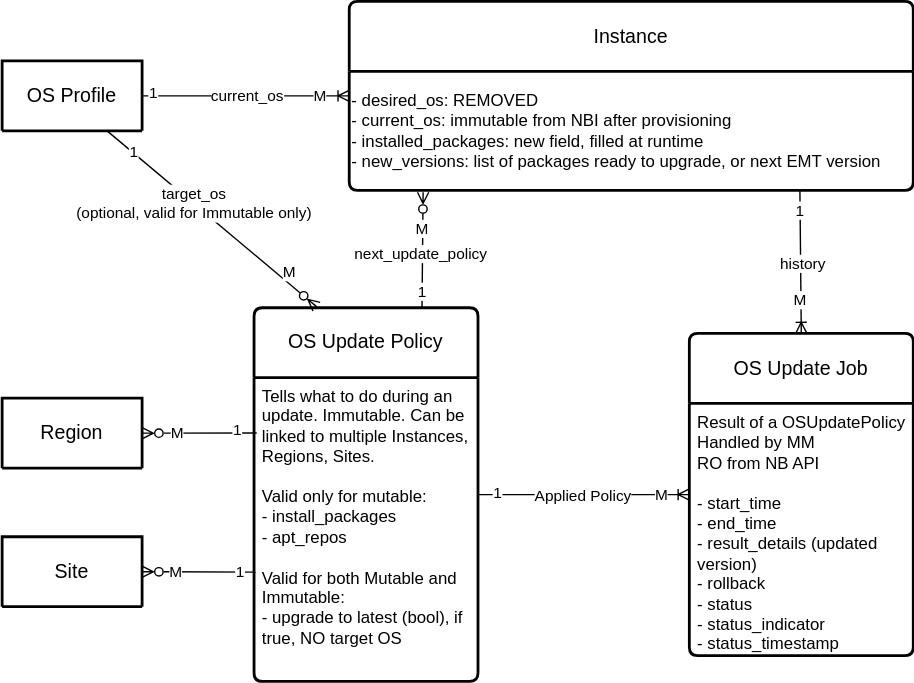
This is design-proposals/schema_day2_changes.drawio.svg from open-edge-platform/edge-manageability-framework, a draw.io export, as it was before one commit. Source tidied: cells renumbered, new cells last; positions are measured from the earlier drawing's top-left corner, leaving out a move shared by most shapes.
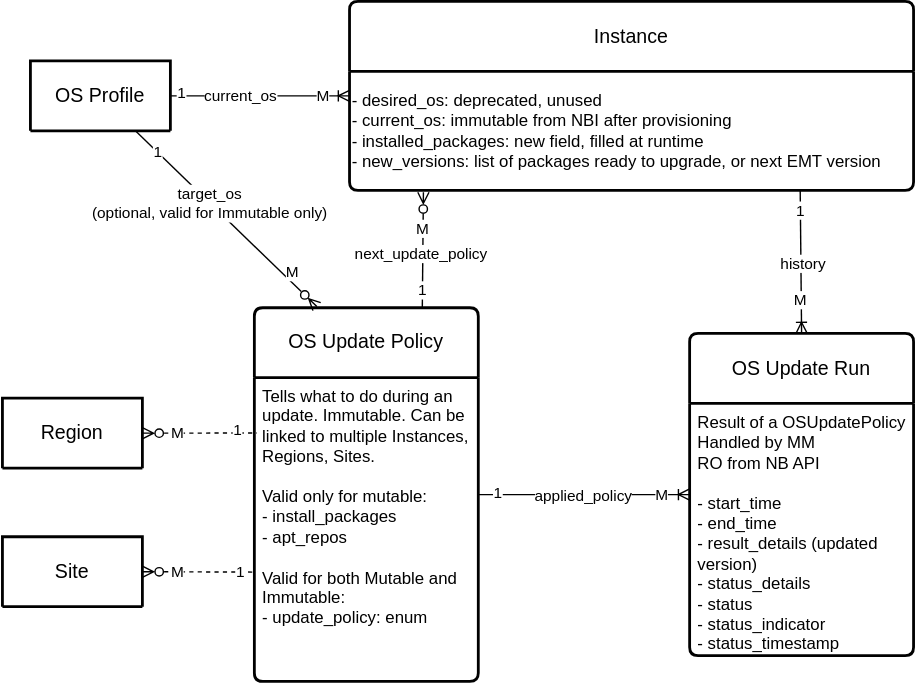
Later version of the same file.

Commit message:
Reorganize, refactor post discussion

What changed in the source:
```diff
@@ -3,12 +3,12 @@
     <mxCell id="0" />
     <mxCell id="1" parent="0" />
     <mxCell id="2" value="OS Profile" style="swimlane;horizontal=1;startSize=50;rounded=1;fontSize=14;fontStyle=0;strokeWidth=2;shadow=0;dashed=0;align=center;arcSize=4;whiteSpace=wrap;html=1;" parent="1" vertex="1" collapsed="1">
-      <mxGeometry y="42" width="100" height="50" as="geometry" />
+      <mxGeometry x="20" y="42" width="100" height="50" as="geometry" />
     </mxCell>
     <mxCell id="3" value="Instance" style="swimlane;horizontal=1;startSize=50;rounded=1;fontSize=14;fontStyle=0;strokeWidth=2;shadow=0;dashed=0;align=center;arcSize=4;whiteSpace=wrap;html=1;" parent="1" vertex="1">
       <mxGeometry x="248" y="-0.5" width="403" height="135" as="geometry" />
     </mxCell>
-    <mxCell id="4" value="- desired_os: REMOVED&lt;br&gt;- current_os: immutable from NBI after provisioning&lt;div&gt;- installed_packages: new field, filled at runtime&lt;br&gt;- new_versions: list of packages ready&lt;span style=&quot;background-color: transparent; color: light-dark(rgb(0, 0, 0), rgb(255, 255, 255));&quot;&gt;&amp;nbsp;to upgrade, or next EMT version&lt;/span&gt;&lt;/div&gt;" style="text;html=1;align=left;verticalAlign=middle;points=[];strokeColor=none;fillColor=none;" parent="3" vertex="1">
+    <mxCell id="4" value="- desired_os: deprecated, unused&lt;br&gt;- current_os: immutable from NBI after provisioning&lt;div&gt;- installed_packages: new field, filled at runtime&lt;br&gt;- new_versions: list of packages ready&lt;span style=&quot;background-color: transparent; color: light-dark(rgb(0, 0, 0), rgb(255, 255, 255));&quot;&gt;&amp;nbsp;to upgrade, or next EMT version&lt;/span&gt;&lt;/div&gt;" style="text;html=1;align=left;verticalAlign=middle;points=[];strokeColor=none;fillColor=none;" parent="3" vertex="1">
       <mxGeometry y="50" width="403" height="85" as="geometry" />
     </mxCell>
     <mxCell id="5" style="edgeStyle=entityRelationEdgeStyle;fontSize=12;html=1;endArrow=ERoneToMany;rounded=0;exitX=1;exitY=0.5;exitDx=0;exitDy=0;entryX=0;entryY=0.5;entryDx=0;entryDy=0;" parent="1" edge="1" source="2" target="3">
@@ -16,7 +16,7 @@
     </mxCell>
     <mxCell id="6" value="current_os" style="edgeLabel;html=1;align=center;verticalAlign=middle;" parent="5" vertex="1">
       <mxGeometry x="-0.21" relative="1" as="geometry">
-        <mxPoint x="16" as="offset" />
+        <mxPoint x="-1" as="offset" />
       </mxGeometry>
     </mxCell>
     <mxCell id="7" value="1" style="edgeLabel;html=1;align=center;verticalAlign=middle;" parent="5" vertex="1">
@@ -30,19 +30,19 @@
     <mxCell id="9" value="OS Update Policy" style="swimlane;horizontal=1;startSize=50;rounded=1;fontSize=14;fontStyle=0;strokeWidth=2;shadow=0;dashed=0;align=center;arcSize=4;whiteSpace=wrap;html=1;" parent="1" vertex="1">
       <mxGeometry x="180" y="218.4" width="160" height="267" as="geometry" />
     </mxCell>
-    <mxCell id="10" value="Tells what to do during an update. Immutable. Can be linked to multiple Instances, Regions, Sites.&lt;div&gt;&lt;br&gt;&lt;/div&gt;&lt;div&gt;Valid only for mutable:&lt;/div&gt;&lt;div&gt;- install_packages&lt;/div&gt;&lt;div&gt;- apt_repos&lt;br&gt;&lt;br&gt;&lt;/div&gt;&lt;div&gt;Valid for both Mutable and Immutable:&lt;/div&gt;&lt;div&gt;- upgrade to latest (bool), if true, NO target OS&lt;/div&gt;" style="align=left;strokeColor=none;fillColor=none;spacingLeft=4;spacingRight=4;fontSize=12;verticalAlign=top;html=1;whiteSpace=wrap;" parent="9" vertex="1">
+    <mxCell id="10" value="Tells what to do during an update. Immutable. Can be linked to multiple Instances, Regions, Sites.&lt;div&gt;&lt;br&gt;&lt;/div&gt;&lt;div&gt;Valid only for mutable:&lt;/div&gt;&lt;div&gt;- install_packages&lt;/div&gt;&lt;div&gt;- apt_repos&lt;br&gt;&lt;br&gt;&lt;/div&gt;&lt;div&gt;Valid for both Mutable and Immutable:&lt;/div&gt;&lt;div&gt;- update_policy: enum&lt;/div&gt;" style="align=left;strokeColor=none;fillColor=none;spacingLeft=4;spacingRight=4;fontSize=12;verticalAlign=top;html=1;whiteSpace=wrap;" parent="9" vertex="1">
       <mxGeometry y="50" width="160" height="217" as="geometry" />
     </mxCell>
-    <mxCell id="11" value="OS Update Job" style="swimlane;horizontal=1;startSize=50;rounded=1;fontSize=14;fontStyle=0;strokeWidth=2;shadow=0;dashed=0;align=center;arcSize=4;whiteSpace=wrap;html=1;" parent="1" vertex="1">
+    <mxCell id="11" value="OS Update Run" style="swimlane;horizontal=1;startSize=50;rounded=1;fontSize=14;fontStyle=0;strokeWidth=2;shadow=0;dashed=0;align=center;arcSize=4;whiteSpace=wrap;html=1;" parent="1" vertex="1">
       <mxGeometry x="491" y="236.8" width="160" height="230.2" as="geometry" />
     </mxCell>
-    <mxCell id="12" value="Result of a OSUpdatePolicy&lt;br&gt;&lt;span style=&quot;background-color: transparent; color: light-dark(rgb(0, 0, 0), rgb(255, 255, 255));&quot;&gt;Handled by MM&lt;br&gt;RO from NB API&lt;/span&gt;&lt;div&gt;&lt;br&gt;&lt;/div&gt;&lt;div&gt;- start_time&lt;/div&gt;&lt;div&gt;- end_time&lt;/div&gt;&lt;div&gt;- result_d&lt;span style=&quot;background-color: transparent; color: light-dark(rgb(0, 0, 0), rgb(255, 255, 255));&quot;&gt;etails (updated version)&lt;/span&gt;&lt;/div&gt;&lt;div&gt;&lt;span style=&quot;background-color: transparent; color: light-dark(rgb(0, 0, 0), rgb(255, 255, 255));&quot;&gt;- rollback&lt;/span&gt;&lt;/div&gt;&lt;div&gt;- status&lt;/div&gt;&lt;div&gt;- status_indicator&lt;/div&gt;&lt;div&gt;- status_timestamp&lt;/div&gt;" style="align=left;strokeColor=none;fillColor=none;spacingLeft=4;spacingRight=4;fontSize=12;verticalAlign=top;html=1;whiteSpace=wrap;" parent="11" vertex="1">
+    <mxCell id="12" value="Result of a OSUpdatePolicy&lt;br&gt;&lt;span style=&quot;background-color: transparent; color: light-dark(rgb(0, 0, 0), rgb(255, 255, 255));&quot;&gt;Handled by MM&lt;br&gt;RO from NB API&lt;/span&gt;&lt;div&gt;&lt;br&gt;&lt;/div&gt;&lt;div&gt;- start_time&lt;/div&gt;&lt;div&gt;- end_time&lt;/div&gt;&lt;div&gt;- result_d&lt;span style=&quot;background-color: transparent; color: light-dark(rgb(0, 0, 0), rgb(255, 255, 255));&quot;&gt;etails (updated version)&lt;/span&gt;&lt;/div&gt;&lt;div&gt;&lt;span style=&quot;background-color: transparent; color: light-dark(rgb(0, 0, 0), rgb(255, 255, 255));&quot;&gt;- status_details&lt;/span&gt;&lt;/div&gt;&lt;div&gt;- status&lt;/div&gt;&lt;div&gt;- status_indicator&lt;/div&gt;&lt;div&gt;- status_timestamp&lt;/div&gt;" style="align=left;strokeColor=none;fillColor=none;spacingLeft=4;spacingRight=4;fontSize=12;verticalAlign=top;html=1;whiteSpace=wrap;" parent="11" vertex="1">
       <mxGeometry y="50" width="160" height="180.2" as="geometry" />
     </mxCell>
     <mxCell id="13" style="edgeStyle=entityRelationEdgeStyle;fontSize=12;html=1;endArrow=ERoneToMany;rounded=0;" parent="1" edge="1" source="9" target="11">
       <mxGeometry relative="1" as="geometry" />
     </mxCell>
-    <mxCell id="14" value="Applied Policy" style="edgeLabel;html=1;align=center;verticalAlign=middle;" parent="13" vertex="1">
+    <mxCell id="14" value="applied_policy" style="edgeLabel;html=1;align=center;verticalAlign=middle;" parent="13" vertex="1">
       <mxGeometry x="-0.07" y="-1" relative="1" as="geometry">
         <mxPoint x="4" as="offset" />
       </mxGeometry>
@@ -107,13 +107,13 @@
     <mxCell id="28" value="target_os&lt;br&gt;(optional, valid for Immutable only)" style="edgeLabel;html=1;align=center;verticalAlign=middle;" parent="25" vertex="1">
       <mxGeometry x="0.18" relative="1" as="geometry" />
     </mxCell>
-    <mxCell id="29" value="Region" style="swimlane;horizontal=1;startSize=50;rounded=1;fontSize=14;fontStyle=0;strokeWidth=2;shadow=0;dashed=0;align=center;arcSize=4;whiteSpace=wrap;html=1;" parent="1" vertex="1" collapsed="1">
+    <mxCell id="29" value="Region" style="swimlane;horizontal=1;startSize=50;rounded=1;fontSize=14;fontStyle=0;strokeWidth=2;shadow=0;dashed=0;align=center;arcSize=4;whiteSpace=wrap;html=1;swimlaneFillColor=none;" parent="1" vertex="1" collapsed="1">
       <mxGeometry y="283" width="100" height="50" as="geometry" />
     </mxCell>
     <mxCell id="30" value="Site" style="swimlane;horizontal=1;startSize=50;rounded=1;fontSize=14;fontStyle=0;strokeWidth=2;shadow=0;dashed=0;align=center;arcSize=4;whiteSpace=wrap;html=1;" parent="1" vertex="1" collapsed="1">
       <mxGeometry y="382" width="100" height="50" as="geometry" />
     </mxCell>
-    <mxCell id="31" style="endArrow=none;html=1;rounded=0;exitX=1;exitY=0.5;exitDx=0;exitDy=0;entryX=0.012;entryY=0.182;entryDx=0;entryDy=0;entryPerimeter=0;endFill=0;startFill=0;startArrow=ERzeroToMany;" parent="1" edge="1" source="29" target="10">
+    <mxCell id="31" style="endArrow=none;html=1;rounded=0;exitX=1;exitY=0.5;exitDx=0;exitDy=0;entryX=0.012;entryY=0.182;entryDx=0;entryDy=0;entryPerimeter=0;endFill=0;startFill=0;startArrow=ERzeroToMany;dashed=1;" parent="1" edge="1" source="29" target="10">
       <mxGeometry relative="1" as="geometry" />
     </mxCell>
     <mxCell id="32" value="1" style="edgeLabel;html=1;align=center;verticalAlign=middle;" parent="31" vertex="1">
@@ -126,7 +126,7 @@
         <mxPoint x="10" as="offset" />
       </mxGeometry>
     </mxCell>
-    <mxCell id="34" style="endArrow=none;html=1;rounded=0;exitX=1;exitY=0.5;exitDx=0;exitDy=0;entryX=0.008;entryY=0.64;entryDx=0;entryDy=0;endFill=0;startArrow=ERzeroToMany;startFill=0;entryPerimeter=0;" parent="1" edge="1" source="30" target="10">
+    <mxCell id="34" style="endArrow=none;html=1;rounded=0;exitX=1;exitY=0.5;exitDx=0;exitDy=0;entryX=0.008;entryY=0.64;entryDx=0;entryDy=0;endFill=0;startArrow=ERzeroToMany;startFill=0;entryPerimeter=0;dashed=1;" parent="1" edge="1" source="30" target="10">
       <mxGeometry relative="1" as="geometry" />
     </mxCell>
     <mxCell id="35" value="1" style="edgeLabel;html=1;align=center;verticalAlign=middle;" parent="34" vertex="1">
```
